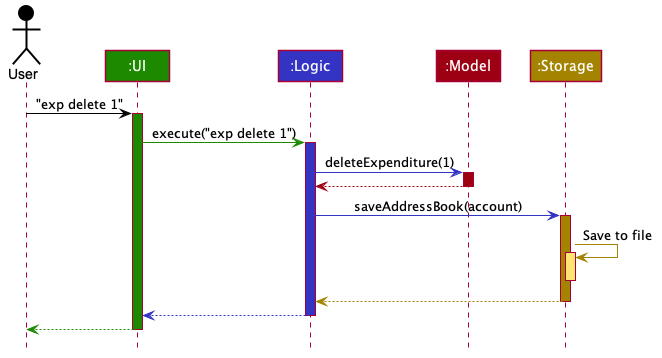
This is docs/images/ArchitectureSequenceDiagram.png from zwasd/main, a PlantUML export, as it was before one commit.
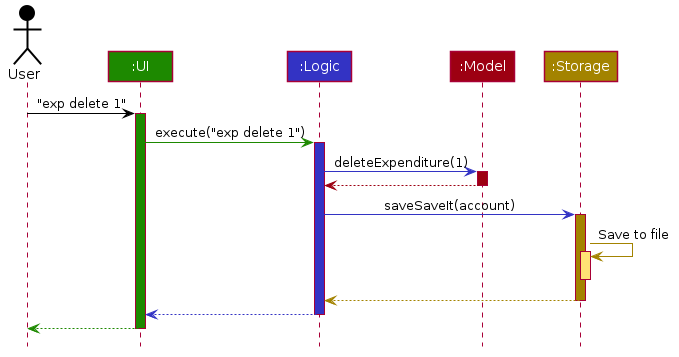
Above is the later version.

Diff of the diagram source:
```diff
@@ -66,7 +66,7 @@
 model -[#9D0012]-> logic
 deactivate model
 
-logic -[#3333C4]> storage : saveAddressBook(account)
+logic -[#3333C4]> storage : saveSaveIt(account)
 activate storage #A38300
 
 storage -[#A38300]> storage : Save to file
```
